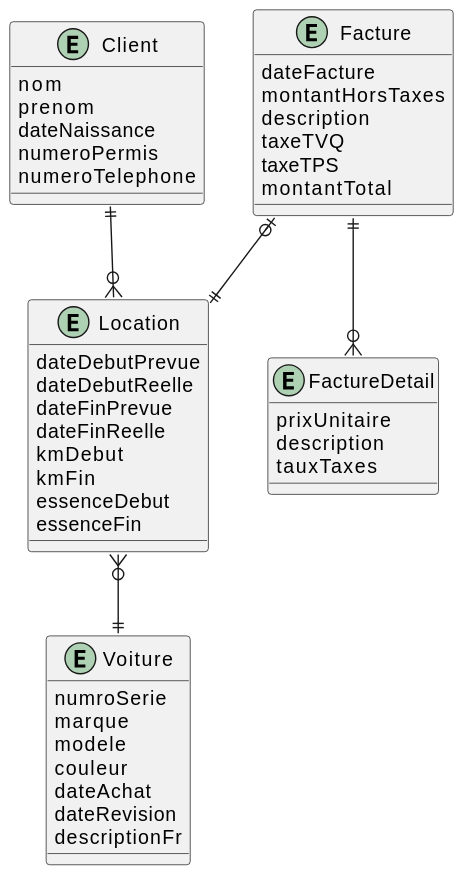
This is images/ERD/car_reservation/erd_car_reservation_logique.svg from rparadiscsfoy/420-W34-SF-TP02, a PlantUML export, as it was before one commit. Its diagram source:
```plantuml
@startuml erd_car_reservation_logique

entity Voiture {
    numroSerie
    marque
    modele
    couleur
    dateAchat
    dateRevision
    descriptionFr
}

entity Location {
    dateDebutPrevue
    dateDebutReelle
    dateFinPrevue
    dateFinReelle
    kmDebut
    kmFin
    essenceDebut
    essenceFin
}

entity Client {
    nom
    prenom
    dateNaissance
    numeroPermis
    numeroTelephone
}

entity Facture {
    dateFacture
    montantHorsTaxes
    description
    taxeTVQ
    taxeTPS
    montantTotal
}

entity FactureDetail {
    prixUnitaire
    description
    tauxTaxes
}

Client ||--o{ Location
Location }o--|| Voiture
Facture |o--|| Location
Facture ||--o{ FactureDetail

@enduml
```
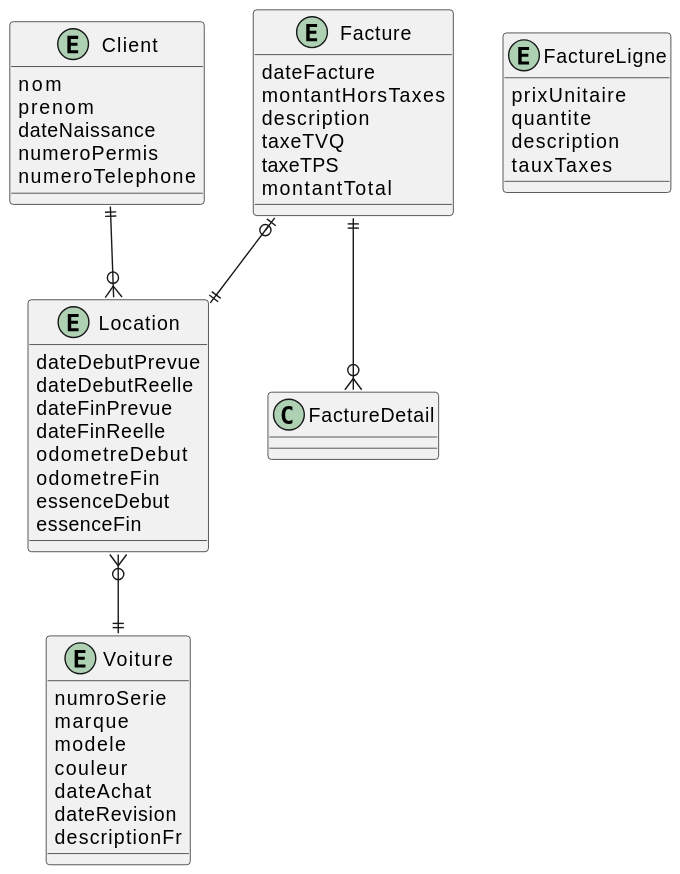
Later version of the same file.

Diff of the diagram source:
```diff
@@ -15,8 +15,8 @@
     dateDebutReelle
     dateFinPrevue
     dateFinReelle
-    kmDebut
-    kmFin
+    odometreDebut
+    odometreFin
     essenceDebut
     essenceFin
 }
@@ -38,8 +38,9 @@
     montantTotal
 }
 
-entity FactureDetail {
+entity FactureLigne {
     prixUnitaire
+    quantite
     description
     tauxTaxes
 }
```
